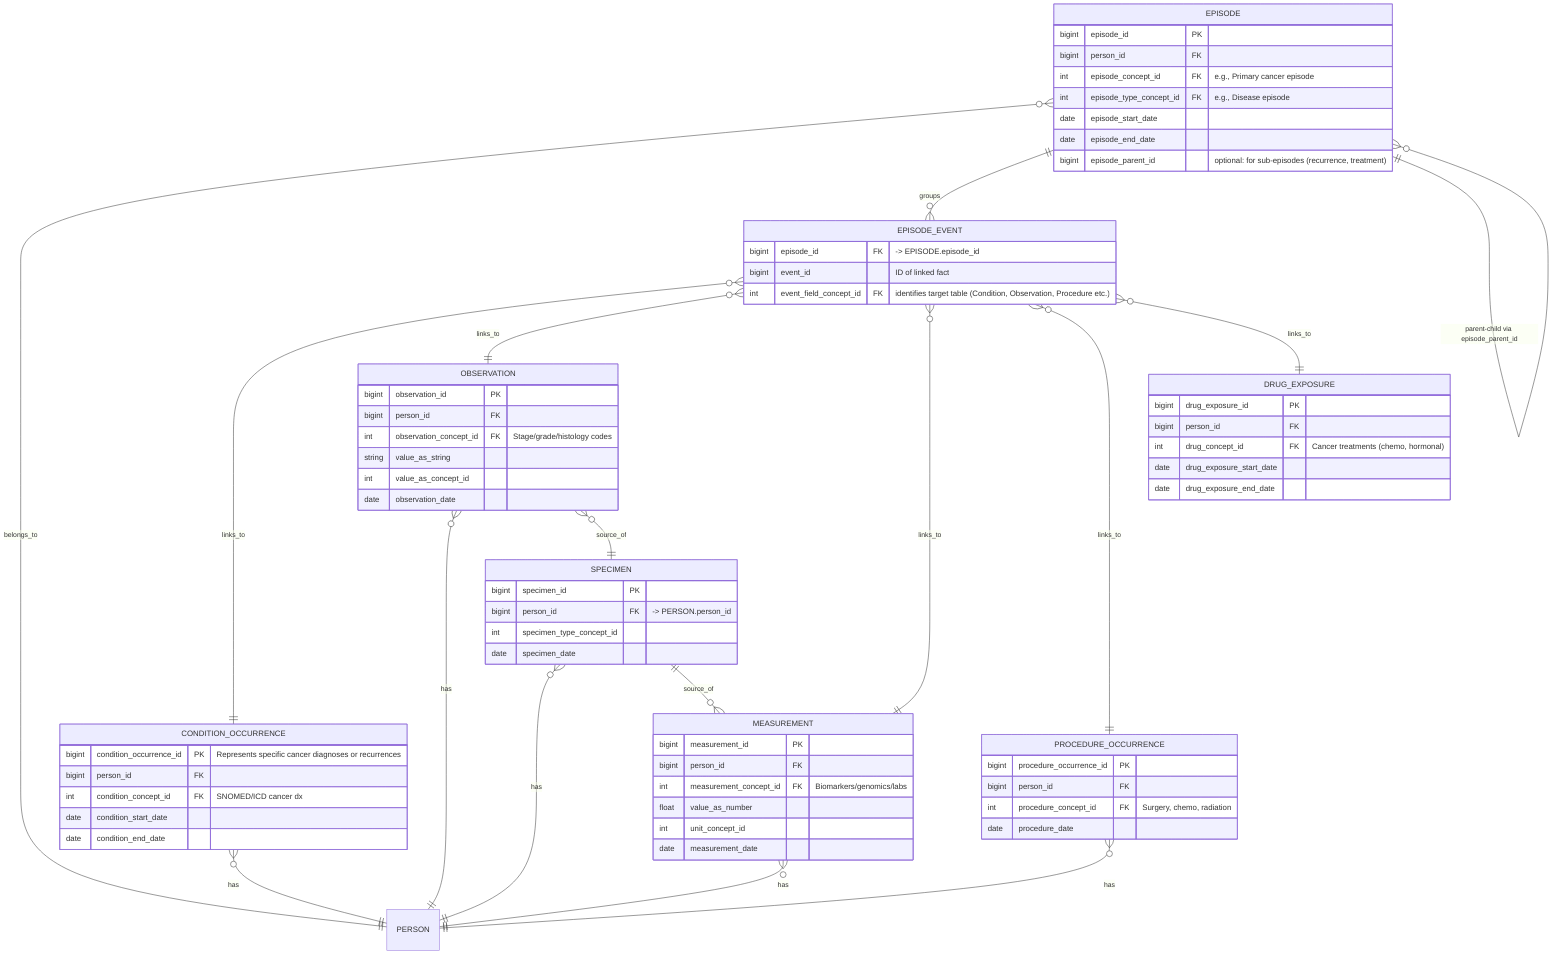
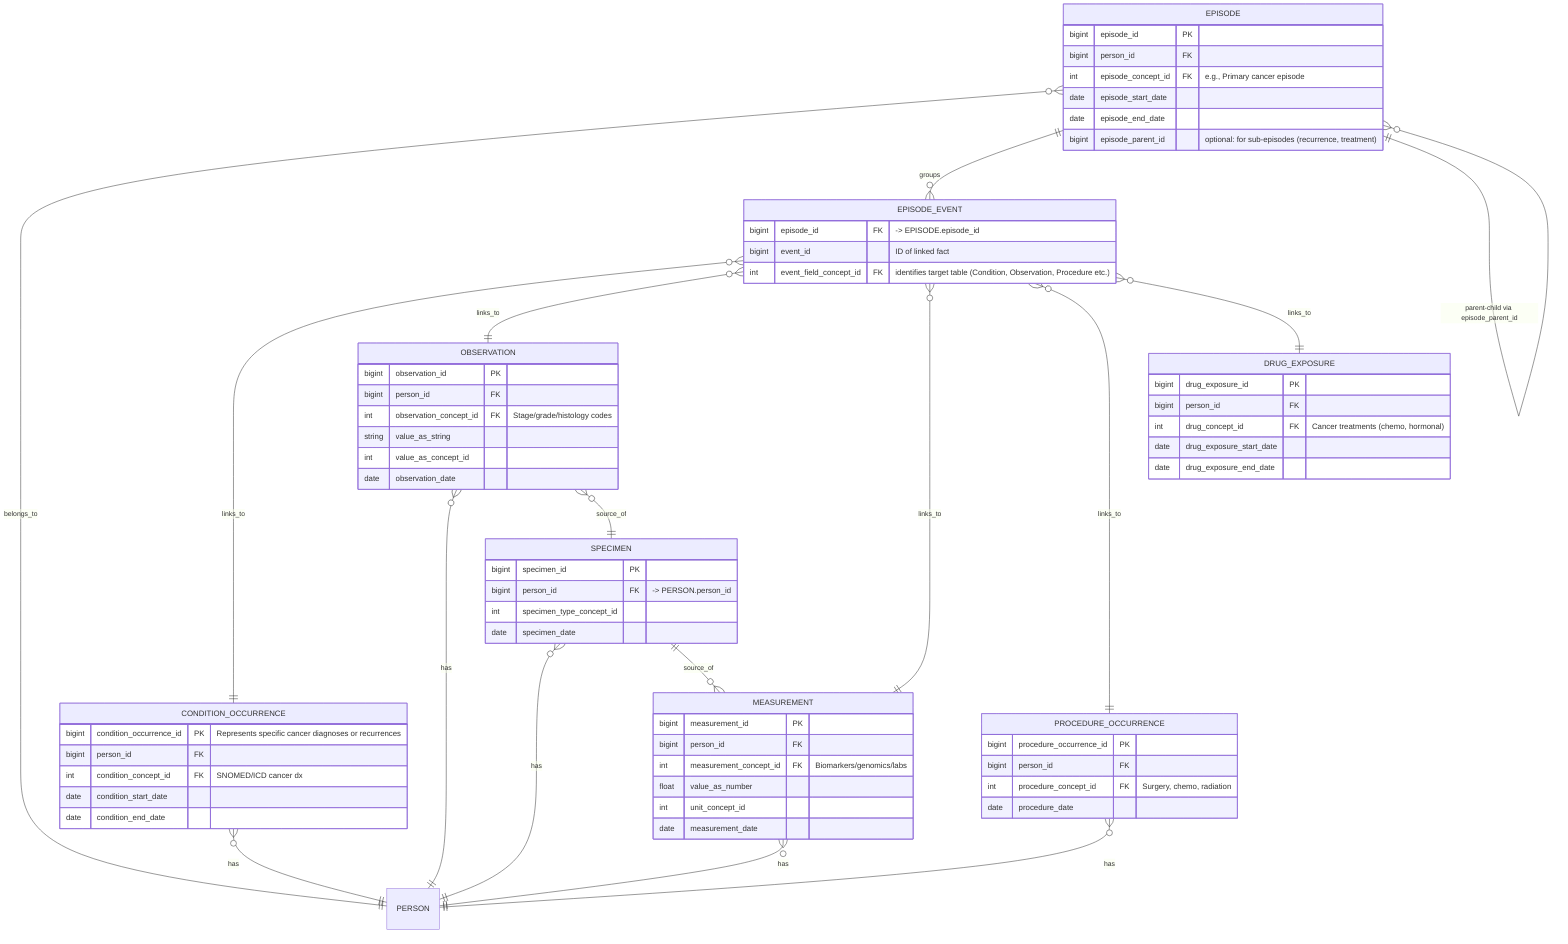
erDiagram

  PERSON

  %% ========= Episode as Cancer Case =========
  EPISODE {
    bigint episode_id PK
    bigint person_id FK
    int episode_concept_id FK "e.g., Primary cancer episode"
-     int episode_type_concept_id FK "e.g., Disease episode"
    date episode_start_date
    date episode_end_date
    bigint episode_parent_id "optional: for sub-episodes (recurrence, treatment)"
  }

  EPISODE_EVENT {
    bigint episode_id FK "-> EPISODE.episode_id"
    bigint event_id "ID of linked fact"
    int event_field_concept_id FK "identifies target table (Condition, Observation, Procedure etc.)"
  }

  %% ========= Clinical Facts linked to the episode =========
  CONDITION_OCCURRENCE {
    bigint condition_occurrence_id PK "Represents specific cancer diagnoses or recurrences"
    bigint person_id FK
    int condition_concept_id FK "SNOMED/ICD cancer dx"
    date condition_start_date
    date condition_end_date
  }

  OBSERVATION {
    bigint observation_id PK
    bigint person_id FK
    int observation_concept_id FK "Stage/grade/histology codes"
    string value_as_string
    int value_as_concept_id
    date observation_date
  }

  MEASUREMENT {
    bigint measurement_id PK
    bigint person_id FK
    int measurement_concept_id FK "Biomarkers/genomics/labs"
    float value_as_number
    int unit_concept_id
    date measurement_date
  }

  PROCEDURE_OCCURRENCE {
    bigint procedure_occurrence_id PK
    bigint person_id FK
    int procedure_concept_id FK "Surgery, chemo, radiation"
    date procedure_date
  }

  %% ========= Optional: Specimen / Pathology linkage =========
  SPECIMEN {
    bigint specimen_id PK
    bigint person_id FK "-> PERSON.person_id"
    int specimen_type_concept_id
    date specimen_date
  }

  DRUG_EXPOSURE {
    bigint drug_exposure_id PK
    bigint person_id FK
    int drug_concept_id FK "Cancer treatments (chemo, hormonal)"
    date drug_exposure_start_date
    date drug_exposure_end_date
  }

  %% ========= Relationships =========

  %% Person to facts
  %% PERSON ||--o{ EPISODE : has
  EPISODE }o--|| PERSON : belongs_to
  %% PERSON ||--o{ MEASUREMENT : has
  MEASUREMENT }o--|| PERSON : has
  %% PERSON ||--o{ PROCEDURE_OCCURRENCE : has
  PROCEDURE_OCCURRENCE }o--|| PERSON : has
  %% PERSON ||--o{ CONDITION_OCCURRENCE : has
  CONDITION_OCCURRENCE }o--|| PERSON : has
  %% PERSON ||--o{ OBSERVATION : has
  OBSERVATION }o--|| PERSON : has
  %% PERSON ||--o{ SPECIMEN : has
  SPECIMEN }o--|| PERSON : has

  %% Episode to EpisodeEvent
  EPISODE ||--o{ EPISODE_EVENT : groups

  EPISODE_EVENT }o--|| CONDITION_OCCURRENCE : links_to
  %% CONDITION_OCCURRENCE ||--o{ EPISODE_EVENT : links_to
  EPISODE_EVENT }o--|| OBSERVATION : links_to
  %% OBSERVATION ||--o{ EPISODE_EVENT : links_to
  EPISODE_EVENT }o--|| MEASUREMENT : links_to
  %% MEASUREMENT ||--o{ EPISODE_EVENT : links_to
  EPISODE_EVENT }o--|| PROCEDURE_OCCURRENCE : links_to
  %% PROCEDURE_OCCURRENCE ||--o{ EPISODE_EVENT : links_to

  EPISODE_EVENT }o--|| DRUG_EXPOSURE : links_to

  %% Optional: sub-episodes (e.g., recurrence, treatment courses)
  EPISODE ||--o{ EPISODE : "parent-child via episode_parent_id"

  %% Optional: facts tied to a specimen (e.g., pathology/genomics)
  SPECIMEN ||--o{ MEASUREMENT : source_of
  %% MEASUREMENT }o--|| SPECIMEN : source_of
  %% SPECIMEN ||--o{ OBSERVATION : source_of
  OBSERVATION }o--|| SPECIMEN : source_of